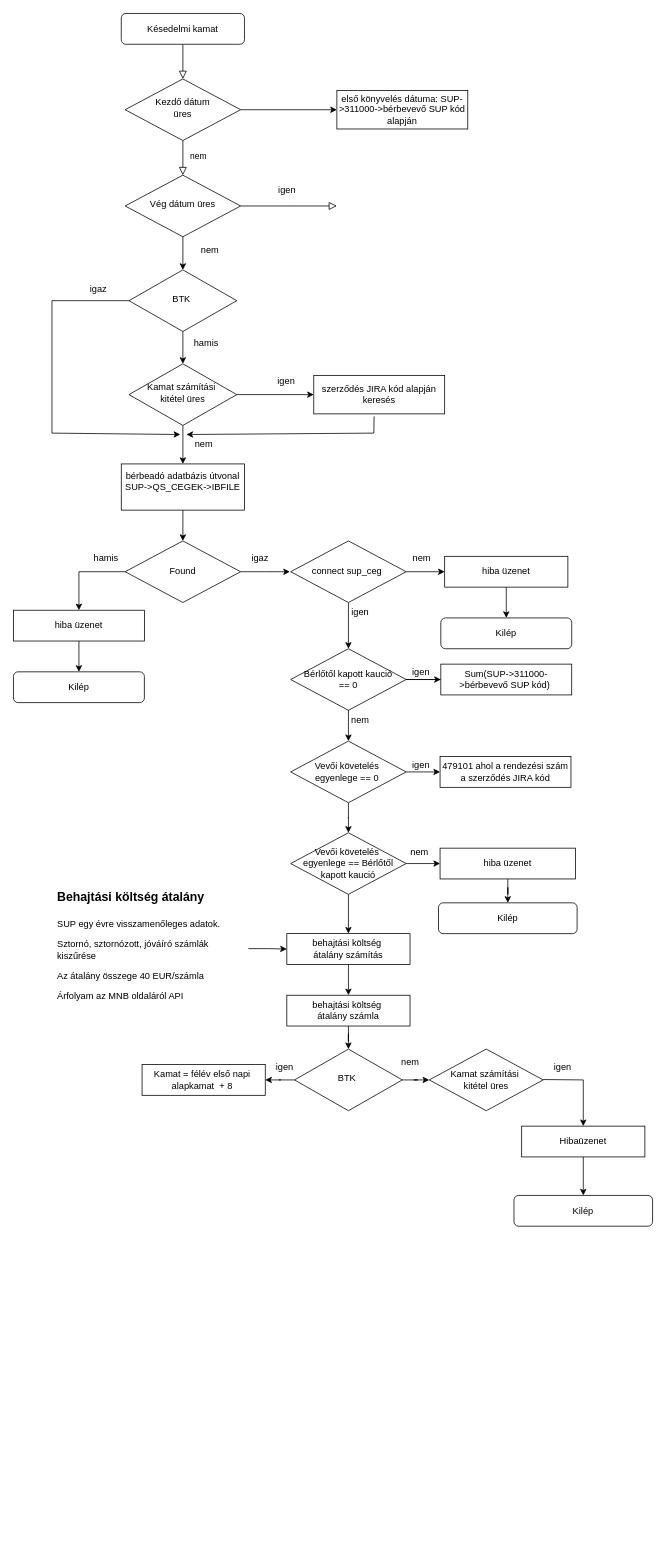
Cgyulas0525/indotek_erp keeps this draw.io diagram as assets_project.drawio. Above is the earlier version. Source tidied: cells renumbered, new cells numbered last; positions are measured from the earlier drawing's top-left corner, leaving out a move shared by most shapes. Both pictures are drawn from the tidied source at 77%, with x=0, y=0 at pixel (13, 13).
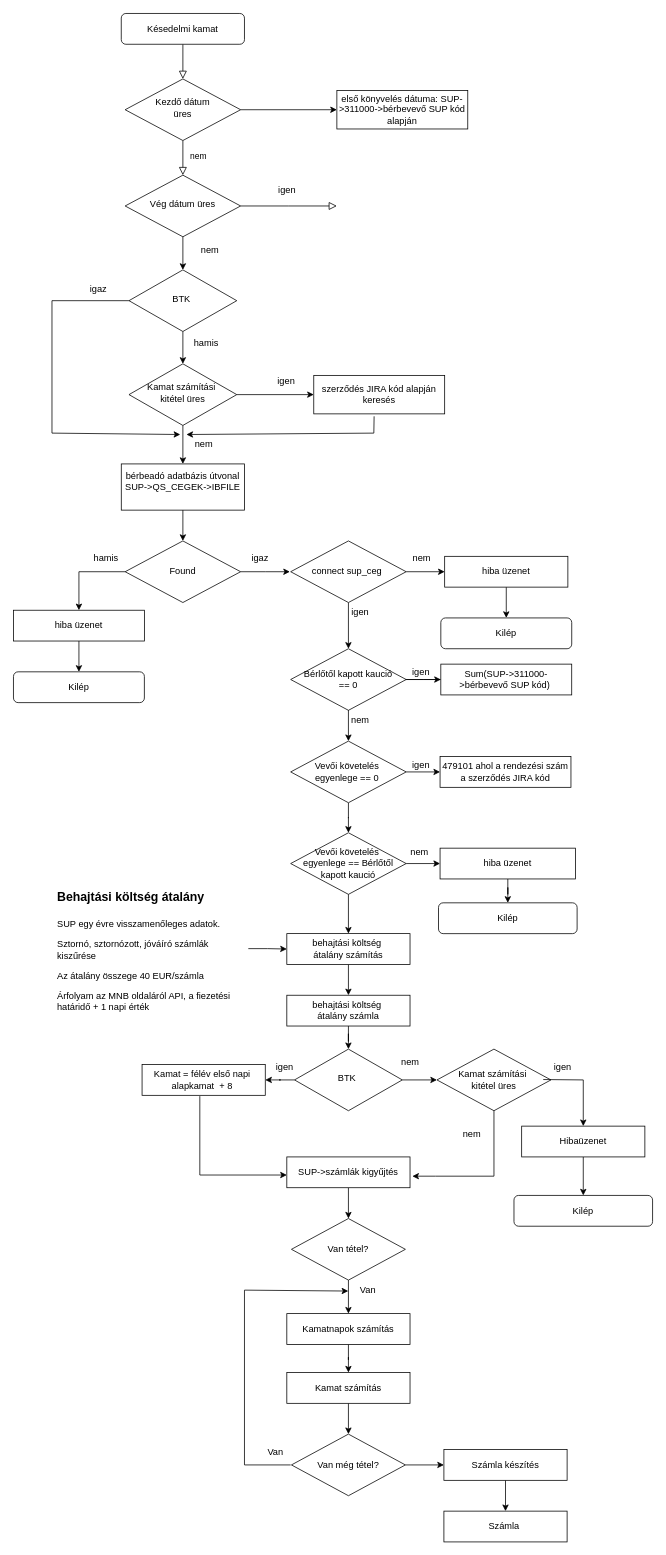
The same page after the edit.

The edit, as a diff of the source:
```diff
@@
     <mxCell id="74" value="Kamat számítási&amp;nbsp;&lt;div&gt;kitétel&amp;nbsp;&lt;span style=&quot;background-color: initial;&quot;&gt;üres&lt;/span&gt;&lt;/div&gt;" style="rhombus;whiteSpace=wrap;html=1;" parent="1" vertex="1">
-      <mxGeometry x="540" y="1345" width="148" height="80" as="geometry" />
+      <mxGeometry x="550" y="1345" width="148" height="80" as="geometry" />
     </mxCell>
@@
-    <mxCell id="77" value="&lt;h1 style=&quot;margin-top: 0px;&quot;&gt;&lt;font size=&quot;3&quot;&gt;Behajtási költség átalány&lt;/font&gt;&lt;/h1&gt;&lt;p&gt;SUP egy évre visszamenőleges adatok.&lt;/p&gt;&lt;p&gt;Sztornó, sztornózott, jóváíró számlák kiszűrése&lt;/p&gt;&lt;p&gt;Az átalány összege 40 EUR/számla&lt;/p&gt;&lt;p&gt;Árfolyam az MNB oldaláról API&lt;/p&gt;&lt;p&gt;&lt;br&gt;&lt;/p&gt;&lt;p&gt;&lt;br&gt;&lt;/p&gt;" style="text;html=1;whiteSpace=wrap;overflow=hidden;rounded=0;" parent="1" vertex="1">
+    <mxCell id="77" value="&lt;h1 style=&quot;margin-top: 0px;&quot;&gt;&lt;font size=&quot;3&quot;&gt;Behajtási költség átalány&lt;/font&gt;&lt;/h1&gt;&lt;p&gt;SUP egy évre visszamenőleges adatok.&lt;/p&gt;&lt;p&gt;Sztornó, sztornózott, jóváíró számlák kiszűrése&lt;/p&gt;&lt;p&gt;Az átalány összege 40 EUR/számla&lt;/p&gt;&lt;p&gt;Árfolyam az MNB oldaláról API, a fiezetési határidő + 1 napi érték&lt;/p&gt;&lt;p&gt;&lt;br&gt;&lt;/p&gt;&lt;p&gt;&lt;br&gt;&lt;/p&gt;" style="text;html=1;whiteSpace=wrap;overflow=hidden;rounded=0;" parent="1" vertex="1">
       <mxGeometry x="55" y="1124" width="250" height="181" as="geometry" />
     </mxCell>
@@
+    <mxCell id="80" style="edgeStyle=orthogonalEdgeStyle;rounded=0;jettySize=auto;html=1;" parent="1" edge="1" source="81" target="86">
+      <mxGeometry relative="1" as="geometry" />
+    </mxCell>
+    <mxCell id="81" value="&lt;span style=&quot;text-wrap: nowrap;&quot;&gt;SUP-&amp;gt;számlák kigyűjtés&lt;/span&gt;" style="rounded=0;whiteSpace=wrap;html=1;" parent="1" vertex="1">
+      <mxGeometry x="355" y="1485" width="160" height="40" as="geometry" />
+    </mxCell>
+    <mxCell id="82" style="edgeStyle=none;orthogonalLoop=1;jettySize=auto;html=1;rounded=0;" parent="1" edge="1">
+      <mxGeometry relative="1" as="geometry">
+        <mxPoint x="242" y="1406" as="sourcePoint" />
+        <mxPoint x="355" y="1508.5" as="targetPoint" />
+        <Array as="points">
+          <mxPoint x="242" y="1508.5" />
+        </Array>
+      </mxGeometry>
+    </mxCell>
+    <mxCell id="83" style="edgeStyle=none;jettySize=auto;html=1;rounded=0;exitX=0.5;exitY=1;exitDx=0;exitDy=0;" parent="1" edge="1" source="74">
+      <mxGeometry relative="1" as="geometry">
+        <mxPoint x="518" y="1510" as="targetPoint" />
+        <Array as="points">
+          <mxPoint x="624" y="1510" />
+          <mxPoint x="548" y="1510" />
+        </Array>
+      </mxGeometry>
+    </mxCell>
+    <mxCell id="84" value="nem" style="text;html=1;align=center;verticalAlign=middle;strokeColor=none;fillColor=none;" parent="1" vertex="1">
+      <mxGeometry x="570" y="1440" width="50" height="30" as="geometry" />
+    </mxCell>
+    <mxCell id="85" style="edgeStyle=orthogonalEdgeStyle;rounded=0;jettySize=auto;html=1;" parent="1" edge="1" source="86" target="88">
+      <mxGeometry relative="1" as="geometry" />
+    </mxCell>
+    <mxCell id="86" value="Van tétel?" style="rhombus;whiteSpace=wrap;html=1;" parent="1" vertex="1">
+      <mxGeometry x="361" y="1565" width="148" height="80" as="geometry" />
+    </mxCell>
+    <mxCell id="87" style="edgeStyle=orthogonalEdgeStyle;rounded=0;jettySize=auto;html=1;" parent="1" edge="1" source="88" target="91">
+      <mxGeometry relative="1" as="geometry" />
+    </mxCell>
+    <mxCell id="88" value="&lt;span style=&quot;text-wrap: nowrap;&quot;&gt;Kamatnapok számítás&lt;/span&gt;" style="rounded=0;whiteSpace=wrap;html=1;" parent="1" vertex="1">
+      <mxGeometry x="355" y="1688.5" width="160" height="40" as="geometry" />
+    </mxCell>
+    <mxCell id="89" value="Van" style="text;html=1;align=center;verticalAlign=middle;points=[];strokeColor=none;fillColor=none;" parent="1" vertex="1">
+      <mxGeometry x="440" y="1643" width="40" height="30" as="geometry" />
+    </mxCell>
+    <mxCell id="90" style="edgeStyle=orthogonalEdgeStyle;rounded=0;jettySize=auto;html=1;" parent="1" edge="1" source="91" target="93">
+      <mxGeometry relative="1" as="geometry" />
+    </mxCell>
+    <mxCell id="91" value="&lt;span style=&quot;text-wrap: nowrap;&quot;&gt;Kamat számítás&lt;/span&gt;" style="rounded=0;whiteSpace=wrap;html=1;" parent="1" vertex="1">
+      <mxGeometry x="355" y="1765" width="160" height="40" as="geometry" />
+    </mxCell>
+    <mxCell id="92" style="edgeStyle=orthogonalEdgeStyle;rounded=0;jettySize=auto;html=1;" parent="1" edge="1" source="93" target="97">
+      <mxGeometry relative="1" as="geometry" />
+    </mxCell>
+    <mxCell id="93" value="Van még tétel?" style="rhombus;whiteSpace=wrap;html=1;" parent="1" vertex="1">
+      <mxGeometry x="361" y="1845" width="148" height="80" as="geometry" />
+    </mxCell>
+    <mxCell id="94" style="edgeStyle=none;jettySize=auto;html=1;rounded=0;entryX=-0.13;entryY=0.54;entryDx=0;entryDy=0;entryPerimeter=0;" parent="1" edge="1" target="89">
+      <mxGeometry relative="1" as="geometry">
+        <mxPoint x="360" y="1885" as="sourcePoint" />
+        <Array as="points">
+          <mxPoint x="300" y="1885" />
+          <mxPoint x="300" y="1658" />
+        </Array>
+      </mxGeometry>
+    </mxCell>
+    <mxCell id="95" value="Van" style="text;html=1;align=center;verticalAlign=middle;strokeColor=none;fillColor=none;" parent="1" vertex="1">
+      <mxGeometry x="320" y="1853" width="40" height="30" as="geometry" />
+    </mxCell>
+    <mxCell id="96" style="edgeStyle=orthogonalEdgeStyle;rounded=0;jettySize=auto;html=1;" parent="1" edge="1" source="97" target="98">
+      <mxGeometry relative="1" as="geometry" />
+    </mxCell>
+    <mxCell id="97" value="&lt;span style=&quot;text-wrap: nowrap;&quot;&gt;Számla készítés&lt;/span&gt;" style="rounded=0;whiteSpace=wrap;html=1;" parent="1" vertex="1">
+      <mxGeometry x="559" y="1865" width="160" height="40" as="geometry" />
+    </mxCell>
+    <mxCell id="98" value="&lt;span style=&quot;text-wrap: nowrap;&quot;&gt;Számla&amp;nbsp;&lt;/span&gt;" style="rounded=0;whiteSpace=wrap;html=1;" parent="1" vertex="1">
+      <mxGeometry x="559" y="1945" width="160" height="40" as="geometry" />
+    </mxCell>
```
